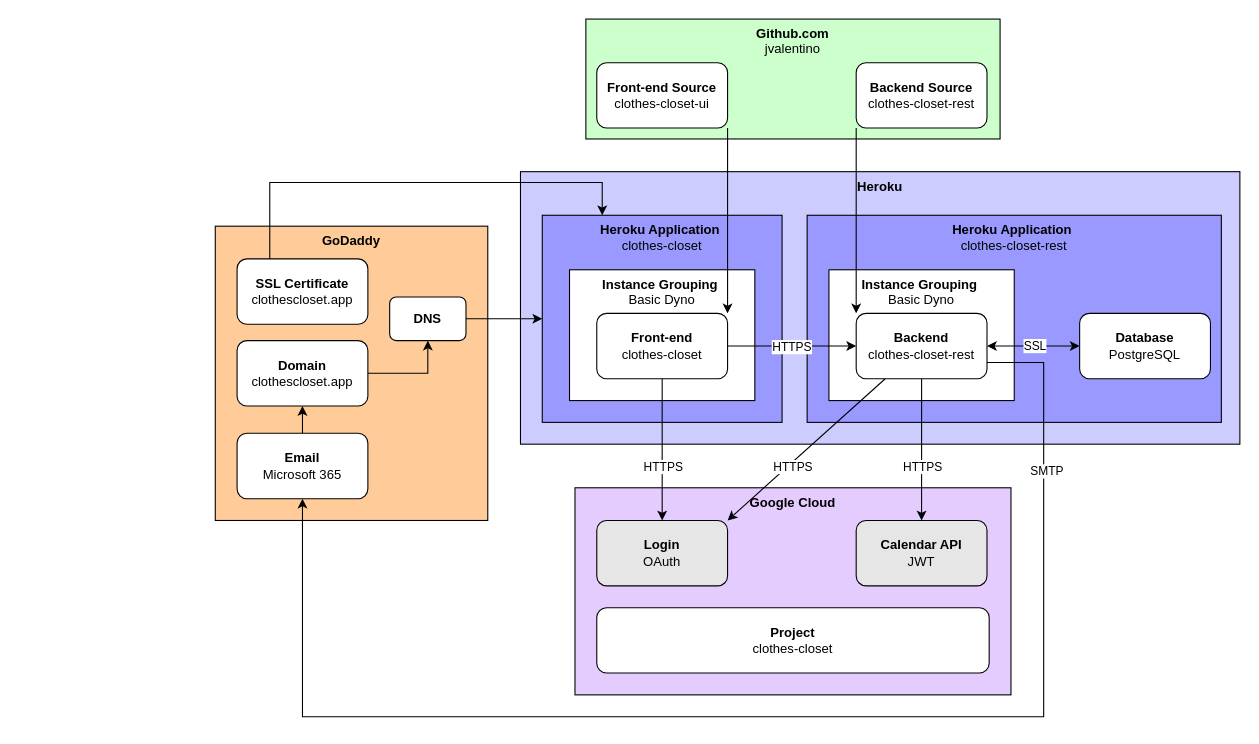
jvalentino/clothes-closet-wiki keeps this draw.io diagram as clothes-closet.drawio. Above is the earlier version. Source tidied: cells renumbered, new cells numbered last; positions are measured from the earlier drawing's top-left corner, leaving out a move shared by most shapes. Both pictures are drawn from the tidied source at 109%, with x=0, y=0 at pixel (215, 19).
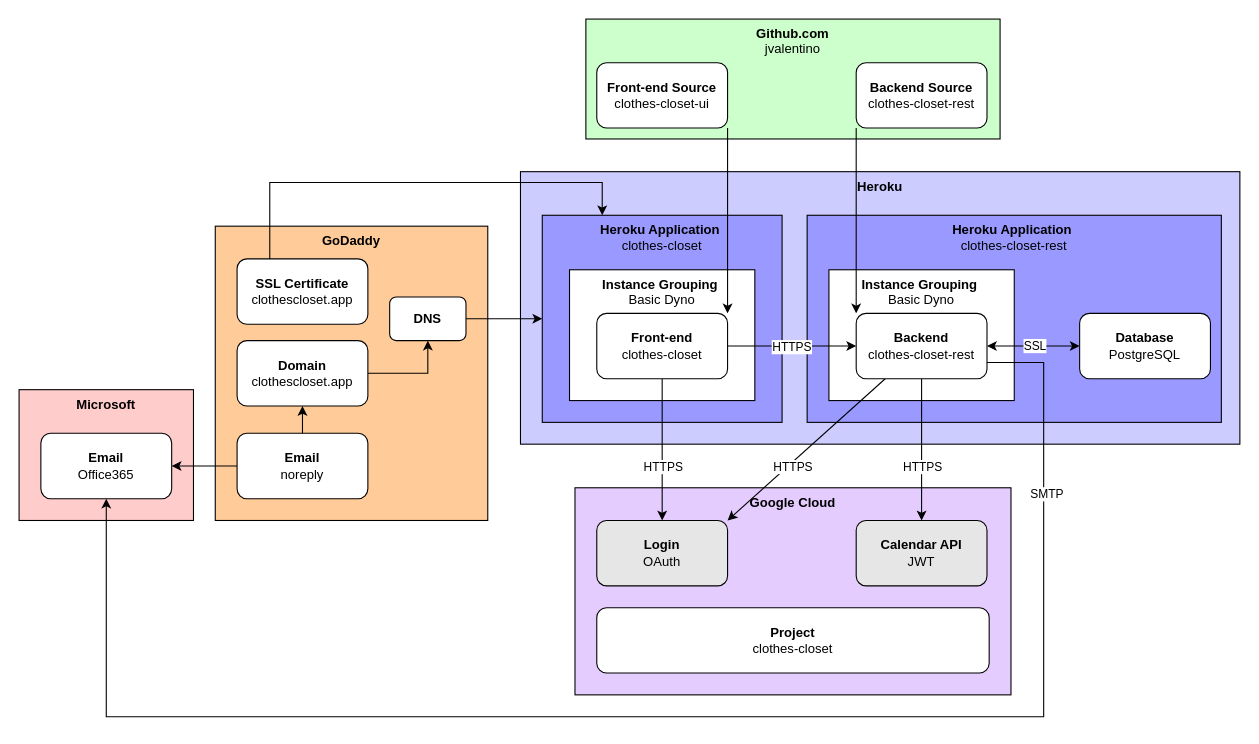
The same diagram, later.

The change refers to these unchanged cells:
```xml
<mxCell id="21" value="&lt;b&gt;Backend&lt;br&gt;&lt;/b&gt;clothes-closet-rest" style="rounded=1;whiteSpace=wrap;html=1;" parent="1" vertex="1">
  <mxGeometry x="588" y="270" width="120" height="60" as="geometry" />
</mxCell>
```

The edit, as a diff of the source:
```diff
@@
+    <mxCell id="40" value="&lt;b&gt;Microsoft&lt;/b&gt;" style="rounded=0;whiteSpace=wrap;html=1;verticalAlign=top;fillColor=#FFCCCC;" parent="1" vertex="1">
+      <mxGeometry x="-180" y="340" width="160" height="120" as="geometry" />
+    </mxCell>
@@
+    <mxCell id="41" style="edgeStyle=orthogonalEdgeStyle;rounded=0;jettySize=auto;html=1;" parent="1" edge="1" source="37" target="42">
+      <mxGeometry relative="1" as="geometry" />
+    </mxCell>
-    <mxCell id="37" value="&lt;b&gt;Email&lt;br&gt;&lt;/b&gt;Microsoft 365" style="rounded=1;whiteSpace=wrap;html=1;" parent="1" vertex="1">
+    <mxCell id="37" value="&lt;b&gt;Email&lt;br&gt;&lt;/b&gt;noreply" style="rounded=1;whiteSpace=wrap;html=1;" parent="1" vertex="1">
       <mxGeometry x="20" y="380" width="120" height="60" as="geometry" />
     </mxCell>
-    <mxCell id="38" style="edgeStyle=orthogonalEdgeStyle;rounded=0;jettySize=auto;html=1;entryX=0.5;entryY=1;entryDx=0;entryDy=0;exitX=1;exitY=0.75;exitDx=0;exitDy=0;" parent="1" edge="1" source="21" target="37">
+    <mxCell id="38" style="edgeStyle=orthogonalEdgeStyle;rounded=0;jettySize=auto;html=1;entryX=0.5;entryY=1;entryDx=0;entryDy=0;exitX=1;exitY=0.75;exitDx=0;exitDy=0;" parent="1" edge="1" source="21" target="42">
       <mxGeometry relative="1" as="geometry">
         <Array as="points">
           <mxPoint x="760" y="315" />
           <mxPoint x="760" y="640" />
-          <mxPoint x="80" y="640" />
+          <mxPoint x="-100" y="640" />
         </Array>
       </mxGeometry>
     </mxCell>
@@
+    <mxCell id="42" value="&lt;b&gt;Email&lt;br&gt;&lt;/b&gt;Office365" style="rounded=1;whiteSpace=wrap;html=1;" parent="1" vertex="1">
+      <mxGeometry x="-160" y="380" width="120" height="60" as="geometry" />
+    </mxCell>
```
